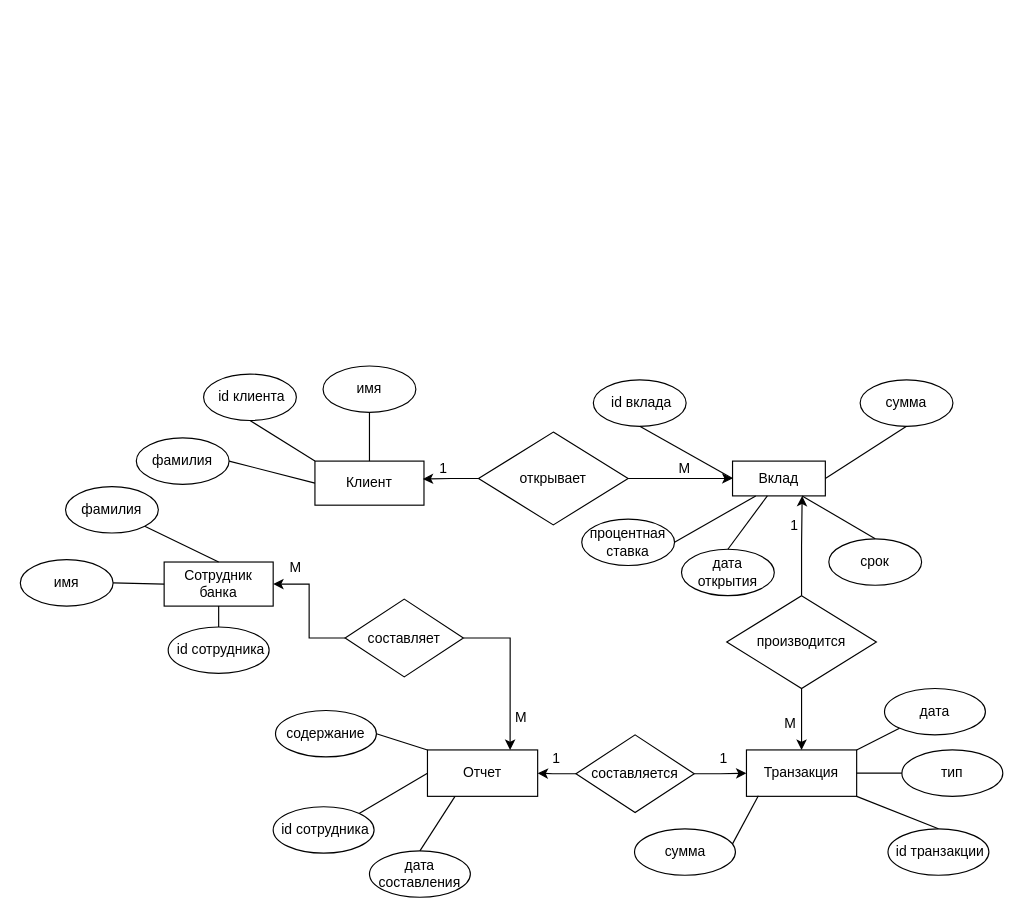
Above: lab1.drawio in OlegWhiteRose/Architectures-for-highload (draw.io), before the change. Source tidied: cells renumbered, new cells numbered last; positions are measured from the earlier drawing's top-left corner, leaving out a move shared by most shapes. Both pictures are drawn from the tidied source at 116%, with x=0, y=0 at pixel (20, 365).
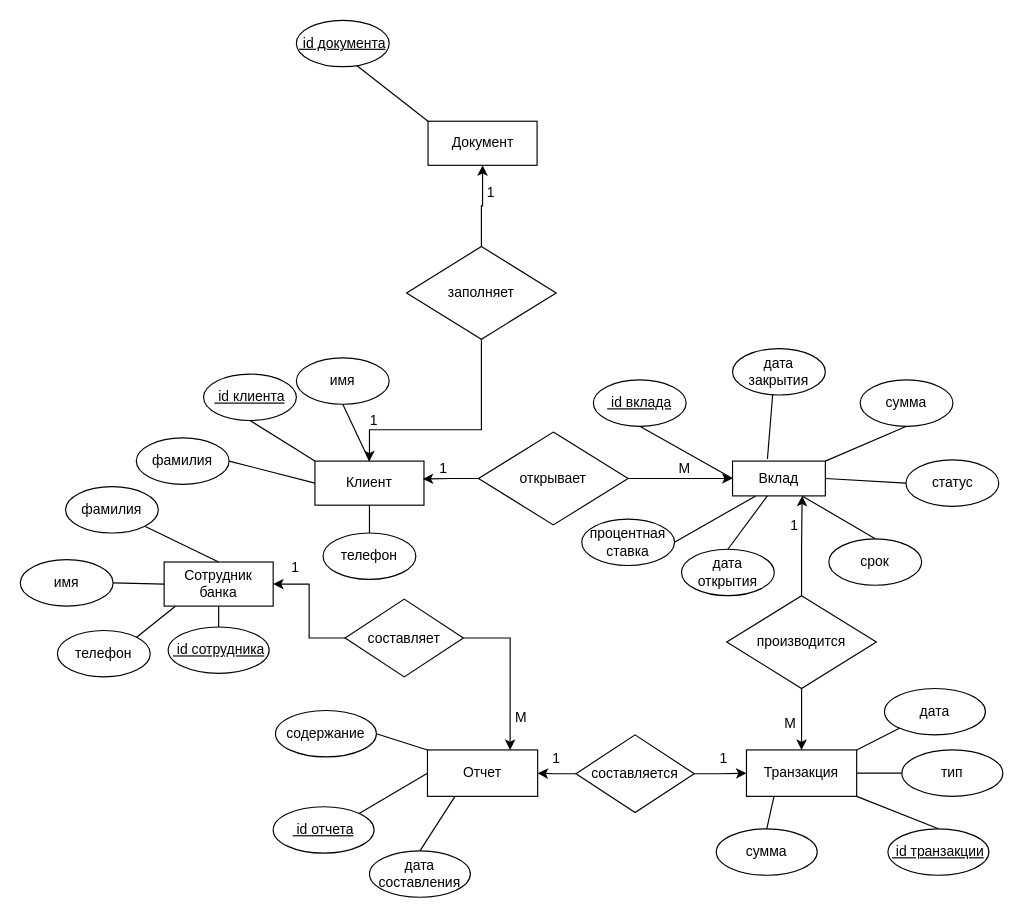
The same page after the edit.

The change refers to these unchanged cells:
```xml
<mxCell id="2" value="Вклад" style="rounded=0;whiteSpace=wrap;html=1;" parent="1" vertex="1">
  <mxGeometry x="614" y="82" width="80" height="30" as="geometry" />
</mxCell>
<mxCell id="5" value="сумма" style="ellipse;whiteSpace=wrap;html=1;" parent="1" vertex="1">
  <mxGeometry x="724" y="12" width="80" height="40" as="geometry" />
</mxCell>
<mxCell id="13" value="Клиент" style="rounded=0;whiteSpace=wrap;html=1;" parent="1" vertex="1">
  <mxGeometry x="254" y="82" width="94" height="38" as="geometry" />
</mxCell>
<mxCell id="29" value="Транзакция" style="rounded=0;whiteSpace=wrap;html=1;" parent="1" vertex="1">
  <mxGeometry x="626" y="331" width="95" height="40" as="geometry" />
</mxCell>
<mxCell id="51" value="Сотрудник банка" style="rounded=0;whiteSpace=wrap;html=1;" parent="1" vertex="1">
  <mxGeometry x="124" y="169" width="94" height="38" as="geometry" />
</mxCell>
```

The edit, as a diff of the source:
```diff
@@
-    <mxCell id="3" value="&amp;nbsp;id вклада" style="ellipse;whiteSpace=wrap;html=1;" parent="1" vertex="1">
+    <mxCell id="3" value="&lt;u&gt;&amp;nbsp;id вклада&lt;/u&gt;" style="ellipse;whiteSpace=wrap;html=1;" parent="1" vertex="1">
       <mxGeometry x="494" y="12" width="80" height="40" as="geometry" />
     </mxCell>
@@
-    <mxCell id="6" style="endArrow=none;html=1;rounded=0;exitX=1;exitY=0.5;exitDx=0;exitDy=0;entryX=0.5;entryY=1;entryDx=0;entryDy=0;" parent="1" edge="1" source="2" target="5">
+    <mxCell id="6" style="endArrow=none;html=1;rounded=0;exitX=1;exitY=0;exitDx=0;exitDy=0;entryX=0.5;entryY=1;entryDx=0;entryDy=0;" parent="1" edge="1" source="2" target="5">
       <mxGeometry relative="1" as="geometry" />
     </mxCell>
@@
-    <mxCell id="19" value="&amp;nbsp;id клиента" style="ellipse;whiteSpace=wrap;html=1;" parent="1" vertex="1">
+    <mxCell id="19" value="&lt;u&gt;&amp;nbsp;id клиента&lt;/u&gt;" style="ellipse;whiteSpace=wrap;html=1;" parent="1" vertex="1">
       <mxGeometry x="158" y="7" width="80" height="40" as="geometry" />
     </mxCell>
@@
     <mxCell id="21" value="имя" style="ellipse;whiteSpace=wrap;html=1;" parent="1" vertex="1">
-      <mxGeometry x="261" width="80" height="40" as="geometry" />
+      <mxGeometry x="238" y="-7" width="80" height="40" as="geometry" />
     </mxCell>
@@
-    <mxCell id="31" value="&amp;nbsp;id транзакции" style="ellipse;whiteSpace=wrap;html=1;" parent="1" vertex="1">
+    <mxCell id="31" value="&lt;u&gt;&amp;nbsp;id транзакции&lt;/u&gt;" style="ellipse;whiteSpace=wrap;html=1;" parent="1" vertex="1">
       <mxGeometry x="748" y="399" width="87" height="40" as="geometry" />
     </mxCell>
@@
     <mxCell id="37" value="сумма" style="ellipse;whiteSpace=wrap;html=1;" parent="1" vertex="1">
-      <mxGeometry x="529.5" y="399" width="87" height="40" as="geometry" />
+      <mxGeometry x="600" y="399" width="87" height="40" as="geometry" />
     </mxCell>
-    <mxCell id="38" style="endArrow=none;html=1;rounded=0;exitX=0.971;exitY=0.324;exitDx=0;exitDy=0;exitPerimeter=0;entryX=0.108;entryY=0.987;entryDx=0;entryDy=0;entryPerimeter=0;" parent="1" edge="1" source="37" target="29">
+    <mxCell id="38" style="endArrow=none;html=1;rounded=0;exitX=0.5;exitY=0;exitDx=0;exitDy=0;entryX=0.25;entryY=1;entryDx=0;entryDy=0;" parent="1" edge="1" source="37" target="29">
       <mxGeometry relative="1" as="geometry" />
     </mxCell>
@@
-    <mxCell id="47" value="&amp;nbsp;id сотрудника" style="ellipse;whiteSpace=wrap;html=1;" parent="1" vertex="1">
+    <mxCell id="47" value="&lt;u&gt;&amp;nbsp;id отчета&lt;/u&gt;" style="ellipse;whiteSpace=wrap;html=1;" parent="1" vertex="1">
       <mxGeometry x="218" y="380" width="87" height="40" as="geometry" />
     </mxCell>
@@
-    <mxCell id="55" value="М" style="text;html=1;align=center;verticalAlign=middle;whiteSpace=wrap;rounded=0;" parent="1" vertex="1">
+    <mxCell id="55" value="1" style="text;html=1;align=center;verticalAlign=middle;whiteSpace=wrap;rounded=0;" parent="1" vertex="1">
       <mxGeometry x="227" y="159" width="21" height="30" as="geometry" />
     </mxCell>
@@
-    <mxCell id="57" value="&amp;nbsp;id сотрудника" style="ellipse;whiteSpace=wrap;html=1;" parent="1" vertex="1">
+    <mxCell id="57" value="&lt;u&gt;&amp;nbsp;id сотрудника&lt;/u&gt;" style="ellipse;whiteSpace=wrap;html=1;" parent="1" vertex="1">
       <mxGeometry x="127.5" y="225" width="87" height="40" as="geometry" />
     </mxCell>
@@
+    <mxCell id="63" value="Документ" style="rounded=0;whiteSpace=wrap;html=1;" parent="1" vertex="1">
+      <mxGeometry x="351.5" y="-211" width="94" height="38" as="geometry" />
+    </mxCell>
+    <mxCell id="64" style="edgeStyle=orthogonalEdgeStyle;rounded=0;jettySize=auto;html=1;entryX=0.5;entryY=0;entryDx=0;entryDy=0;" parent="1" edge="1" source="66" target="13">
+      <mxGeometry relative="1" as="geometry">
+        <Array as="points">
+          <mxPoint x="398" y="55" />
+          <mxPoint x="301" y="55" />
+        </Array>
+      </mxGeometry>
+    </mxCell>
+    <mxCell id="65" style="edgeStyle=orthogonalEdgeStyle;rounded=0;jettySize=auto;html=1;" parent="1" edge="1" source="66" target="63">
+      <mxGeometry relative="1" as="geometry" />
+    </mxCell>
+    <mxCell id="66" value="заполняет" style="rhombus;whiteSpace=wrap;html=1;" parent="1" vertex="1">
+      <mxGeometry x="333" y="-103" width="129" height="80" as="geometry" />
+    </mxCell>
+    <mxCell id="67" value="1" style="text;html=1;align=center;verticalAlign=middle;whiteSpace=wrap;rounded=0;" parent="1" vertex="1">
+      <mxGeometry x="275" y="32" width="60" height="30" as="geometry" />
+    </mxCell>
+    <mxCell id="68" value="1" style="text;html=1;align=center;verticalAlign=middle;whiteSpace=wrap;rounded=0;" parent="1" vertex="1">
+      <mxGeometry x="376" y="-164" width="60" height="30" as="geometry" />
+    </mxCell>
+    <mxCell id="69" value="телефон" style="ellipse;whiteSpace=wrap;html=1;" parent="1" vertex="1">
+      <mxGeometry x="261" y="144" width="80" height="40" as="geometry" />
+    </mxCell>
+    <mxCell id="70" style="endArrow=none;html=1;rounded=0;exitX=0.5;exitY=0;exitDx=0;exitDy=0;entryX=0.5;entryY=1;entryDx=0;entryDy=0;" parent="1" edge="1" source="69" target="13">
+      <mxGeometry relative="1" as="geometry" />
+    </mxCell>
+    <mxCell id="71" value="телефон" style="ellipse;whiteSpace=wrap;html=1;" parent="1" vertex="1">
+      <mxGeometry x="32" y="228" width="80" height="40" as="geometry" />
+    </mxCell>
+    <mxCell id="72" style="endArrow=none;html=1;rounded=0;exitX=1;exitY=0;exitDx=0;exitDy=0;entryX=0.103;entryY=1.004;entryDx=0;entryDy=0;entryPerimeter=0;" parent="1" edge="1" source="71" target="51">
+      <mxGeometry relative="1" as="geometry" />
+    </mxCell>
+    <mxCell id="73" value="дата закрытия" style="ellipse;whiteSpace=wrap;html=1;" parent="1" vertex="1">
+      <mxGeometry x="614" y="-15" width="80" height="40" as="geometry" />
+    </mxCell>
+    <mxCell id="74" style="endArrow=none;html=1;rounded=0;exitX=0.376;exitY=-0.059;exitDx=0;exitDy=0;exitPerimeter=0;entryX=0.433;entryY=0.979;entryDx=0;entryDy=0;entryPerimeter=0;" parent="1" edge="1" source="2" target="73">
+      <mxGeometry relative="1" as="geometry" />
+    </mxCell>
+    <mxCell id="75" value="статус" style="ellipse;whiteSpace=wrap;html=1;" parent="1" vertex="1">
+      <mxGeometry x="763.5" y="81" width="80" height="40" as="geometry" />
+    </mxCell>
+    <mxCell id="76" style="endArrow=none;html=1;rounded=0;exitX=1;exitY=0.5;exitDx=0;exitDy=0;entryX=0;entryY=0.5;entryDx=0;entryDy=0;" parent="1" edge="1" source="2" target="75">
+      <mxGeometry relative="1" as="geometry" />
+    </mxCell>
+    <mxCell id="77" value="&lt;u&gt;&amp;nbsp;id документа&lt;/u&gt;" style="ellipse;whiteSpace=wrap;html=1;" parent="1" vertex="1">
+      <mxGeometry x="238" y="-298" width="80" height="40" as="geometry" />
+    </mxCell>
+    <mxCell id="78" style="endArrow=none;html=1;rounded=0;exitX=0;exitY=0;exitDx=0;exitDy=0;entryX=0.65;entryY=0.973;entryDx=0;entryDy=0;entryPerimeter=0;" parent="1" edge="1" source="63" target="77">
+      <mxGeometry relative="1" as="geometry" />
+    </mxCell>
```
